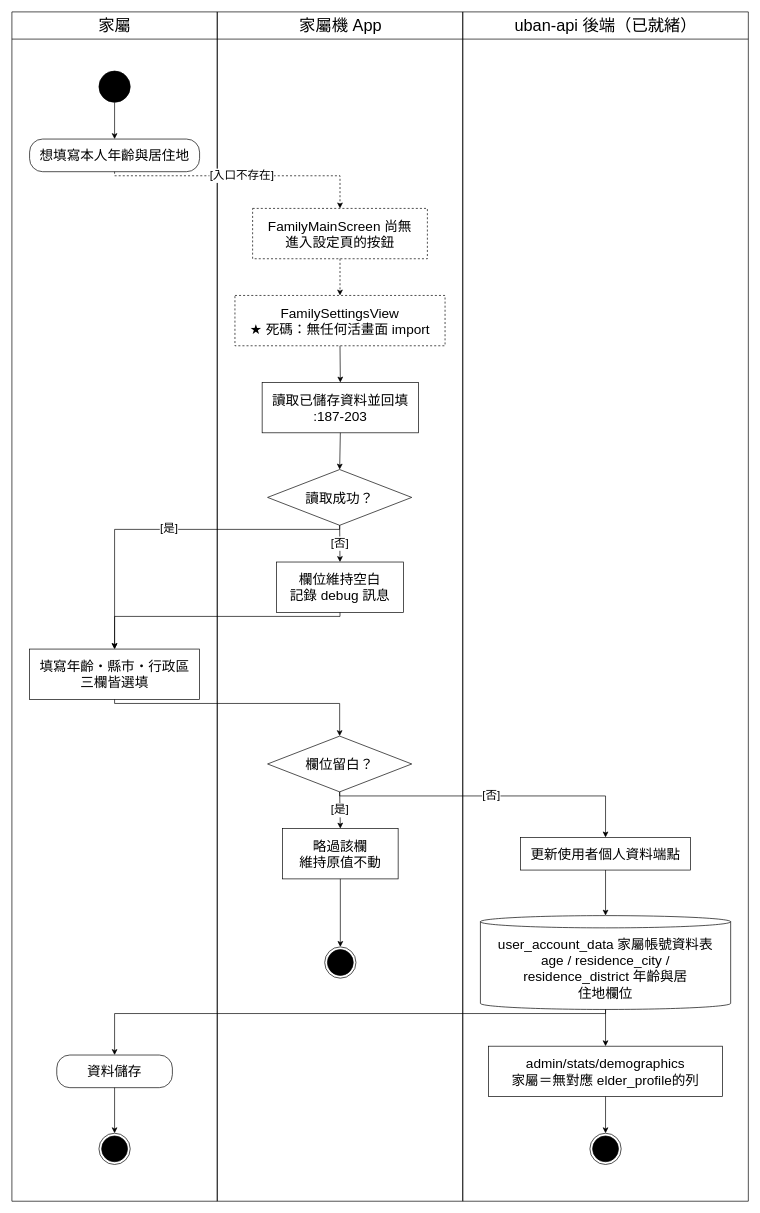
Above: Uban System Documents/drawio圖/A22-個人資料（家屬）.drawio in HuangYu-Kai/Uban (draw.io), before the change. Source tidied: cells renumbered, new cells numbered last; positions are measured from the earlier drawing's top-left corner, leaving out a move shared by most shapes. Both pictures are drawn from the tidied source at 68%, with x=0, y=0 at pixel (12, 12).
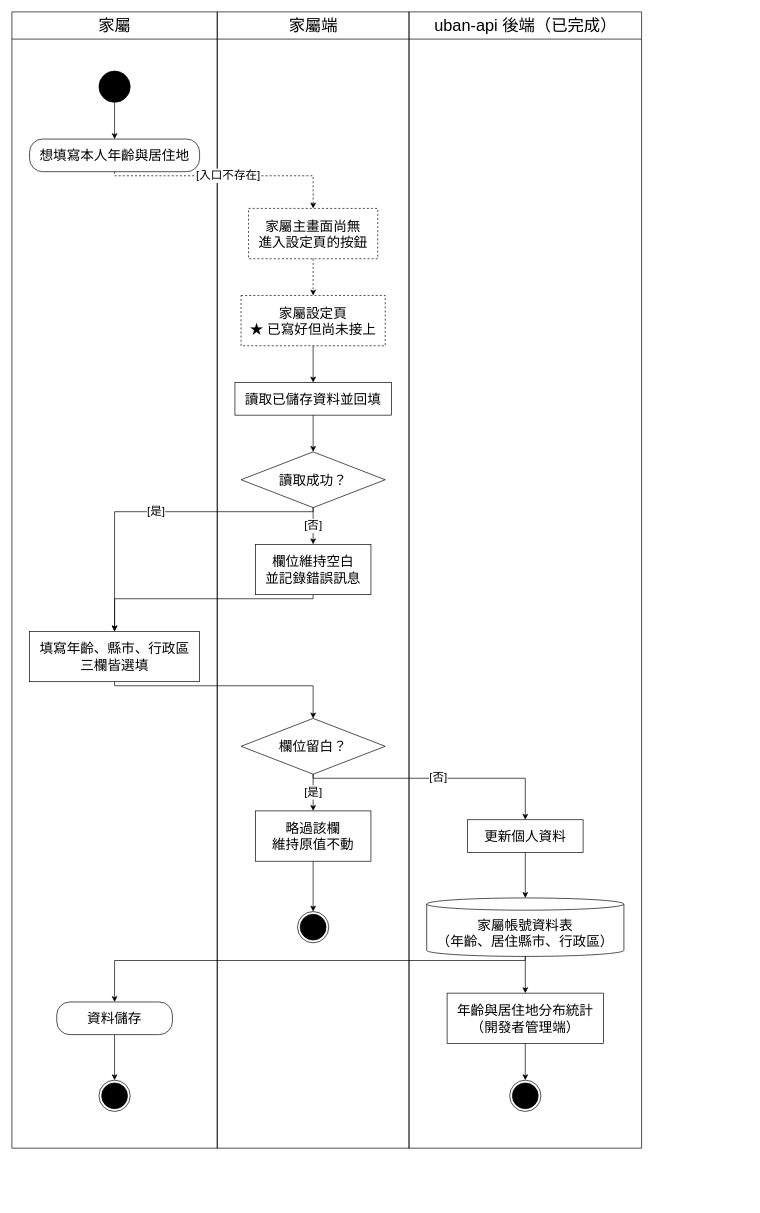
The same page after the edit.

Unchanged cells that the change refers to:
```xml
<mxCell id="6" value="想填寫本人年齡與居住地" style="rounded=1;arcSize=40;whiteSpace=wrap;html=1;fillColor=#FFFFFF;strokeColor=#000000;fontSize=20;fontColor=#000000;" parent="2" vertex="1">
  <mxGeometry x="26" y="187" width="250" height="48" as="geometry" />
</mxCell>
```

What changed in the source:
```diff
@@
     <mxCell id="2" value="家屬" style="swimlane;html=1;horizontal=1;startSize=40;fillColor=none;strokeColor=#000000;fontSize=24;fontColor=#000000;fontStyle=0;swimlaneFillColor=none;" parent="1" vertex="1">
-      <mxGeometry width="302" height="1749" as="geometry" />
+      <mxGeometry width="302" height="1671" as="geometry" />
     </mxCell>
-    <mxCell id="3" value="家屬機 App" style="swimlane;html=1;horizontal=1;startSize=40;fillColor=none;strokeColor=#000000;fontSize=24;fontColor=#000000;fontStyle=0;swimlaneFillColor=none;" parent="1" vertex="1">
-      <mxGeometry x="302" width="361" height="1749" as="geometry" />
+    <mxCell id="3" value="家屬端" style="swimlane;html=1;horizontal=1;startSize=40;fillColor=none;strokeColor=#000000;fontSize=24;fontColor=#000000;fontStyle=0;swimlaneFillColor=none;" parent="1" vertex="1">
+      <mxGeometry x="302" width="282" height="1671" as="geometry" />
     </mxCell>
-    <mxCell id="4" value="uban-api 後端（已就緒）" style="swimlane;html=1;horizontal=1;startSize=40;fillColor=none;strokeColor=#000000;fontSize=24;fontColor=#000000;fontStyle=0;swimlaneFillColor=none;" parent="1" vertex="1">
-      <mxGeometry x="663" width="420" height="1749" as="geometry" />
+    <mxCell id="4" value="uban-api 後端（已完成）" style="swimlane;html=1;horizontal=1;startSize=40;fillColor=none;strokeColor=#000000;fontSize=24;fontColor=#000000;fontStyle=0;swimlaneFillColor=none;" parent="1" vertex="1">
+      <mxGeometry x="584" width="342" height="1671" as="geometry" />
     </mxCell>
@@
-    <mxCell id="7" value="填寫年齡・縣市・行政區&lt;br&gt;三欄皆選填" style="rounded=0;whiteSpace=wrap;html=1;fillColor=#FFFFFF;strokeColor=#000000;fontSize=20;fontColor=#000000;" parent="2" vertex="1">
-      <mxGeometry x="26" y="937" width="250" height="74" as="geometry" />
+    <mxCell id="7" value="填寫年齡、縣市、行政區&lt;br&gt;三欄皆選填" style="rounded=0;whiteSpace=wrap;html=1;fillColor=#FFFFFF;strokeColor=#000000;fontSize=20;fontColor=#000000;" parent="2" vertex="1">
+      <mxGeometry x="26" y="911" width="250" height="74" as="geometry" />
     </mxCell>
     <mxCell id="8" value="資料儲存" style="rounded=1;arcSize=40;whiteSpace=wrap;html=1;fillColor=#FFFFFF;strokeColor=#000000;fontSize=20;fontColor=#000000;" parent="2" vertex="1">
-      <mxGeometry x="66" y="1534" width="170" height="48" as="geometry" />
+      <mxGeometry x="66" y="1456" width="170" height="48" as="geometry" />
     </mxCell>
     <mxCell id="9" style="ellipse;html=1;shape=endState;fillColor=#000000;strokeColor=#000000;" parent="2" vertex="1">
-      <mxGeometry x="128" y="1649" width="46" height="46" as="geometry" />
+      <mxGeometry x="128" y="1571" width="46" height="46" as="geometry" />
     </mxCell>
-    <mxCell id="10" value="FamilyMainScreen 尚無&lt;br&gt;進入設定頁的按鈕" style="rounded=0;whiteSpace=wrap;html=1;fillColor=#FFFFFF;strokeColor=#000000;fontSize=20;fontColor=#000000;dashed=1;" parent="3" vertex="1">
-      <mxGeometry x="52" y="289" width="257" height="74" as="geometry" />
+    <mxCell id="10" value="家屬主畫面尚無&lt;br&gt;進入設定頁的按鈕" style="rounded=0;whiteSpace=wrap;html=1;fillColor=#FFFFFF;strokeColor=#000000;fontSize=20;fontColor=#000000;dashed=1;" parent="3" vertex="1">
+      <mxGeometry x="46" y="289" width="190" height="74" as="geometry" />
     </mxCell>
-    <mxCell id="11" value="FamilySettingsView&lt;br&gt;★ 死碼：無任何活畫面 import" style="rounded=0;whiteSpace=wrap;html=1;fillColor=#FFFFFF;strokeColor=#000000;fontSize=20;fontColor=#000000;dashed=1;" parent="3" vertex="1">
-      <mxGeometry x="26" y="417" width="309" height="74" as="geometry" />
+    <mxCell id="11" value="家屬設定頁&lt;br&gt;★ 已寫好但尚未接上" style="rounded=0;whiteSpace=wrap;html=1;fillColor=#FFFFFF;strokeColor=#000000;fontSize=20;fontColor=#000000;dashed=1;" parent="3" vertex="1">
+      <mxGeometry x="35" y="417" width="212" height="74" as="geometry" />
     </mxCell>
-    <mxCell id="12" value="讀取已儲存資料並回填&lt;br&gt;:187-203" style="rounded=0;whiteSpace=wrap;html=1;fillColor=#FFFFFF;strokeColor=#000000;fontSize=20;fontColor=#000000;" parent="3" vertex="1">
-      <mxGeometry x="66" y="545" width="230" height="74" as="geometry" />
+    <mxCell id="12" value="讀取已儲存資料並回填" style="rounded=0;whiteSpace=wrap;html=1;fillColor=#FFFFFF;strokeColor=#000000;fontSize=20;fontColor=#000000;" parent="3" vertex="1">
+      <mxGeometry x="26" y="545" width="230" height="48" as="geometry" />
     </mxCell>
     <mxCell id="13" value="讀取成功？" style="rhombus;whiteSpace=wrap;html=1;fillColor=#FFFFFF;strokeColor=#000000;fontSize=20;fontColor=#000000;" parent="3" vertex="1">
-      <mxGeometry x="74" y="673" width="212" height="82" as="geometry" />
+      <mxGeometry x="35" y="647" width="212" height="82" as="geometry" />
     </mxCell>
-    <mxCell id="14" value="欄位維持空白&lt;br&gt;記錄 debug 訊息" style="rounded=0;whiteSpace=wrap;html=1;fillColor=#FFFFFF;strokeColor=#000000;fontSize=20;fontColor=#000000;" parent="3" vertex="1">
-      <mxGeometry x="87" y="809" width="187" height="74" as="geometry" />
+    <mxCell id="14" value="欄位維持空白&lt;br&gt;並記錄錯誤訊息" style="rounded=0;whiteSpace=wrap;html=1;fillColor=#FFFFFF;strokeColor=#000000;fontSize=20;fontColor=#000000;" parent="3" vertex="1">
+      <mxGeometry x="56" y="783" width="170" height="74" as="geometry" />
     </mxCell>
     <mxCell id="15" value="欄位留白？" style="rhombus;whiteSpace=wrap;html=1;fillColor=#FFFFFF;strokeColor=#000000;fontSize=20;fontColor=#000000;" parent="3" vertex="1">
-      <mxGeometry x="74" y="1065" width="212" height="82" as="geometry" />
+      <mxGeometry x="35" y="1039" width="212" height="82" as="geometry" />
     </mxCell>
     <mxCell id="16" value="略過該欄&lt;br&gt;維持原值不動" style="rounded=0;whiteSpace=wrap;html=1;fillColor=#FFFFFF;strokeColor=#000000;fontSize=20;fontColor=#000000;" parent="3" vertex="1">
-      <mxGeometry x="96" y="1201" width="170" height="74" as="geometry" />
+      <mxGeometry x="56" y="1175" width="170" height="74" as="geometry" />
     </mxCell>
     <mxCell id="17" style="ellipse;html=1;shape=endState;fillColor=#000000;strokeColor=#000000;" parent="3" vertex="1">
-      <mxGeometry x="158" y="1375" width="46" height="46" as="geometry" />
+      <mxGeometry x="118" y="1323" width="46" height="46" as="geometry" />
     </mxCell>
-    <mxCell id="18" value="更新使用者個人資料端點" style="rounded=0;whiteSpace=wrap;html=1;fillColor=#FFFFFF;strokeColor=#000000;fontSize=20;fontColor=#000000;" parent="4" vertex="1">
-      <mxGeometry x="85" y="1214" width="250" height="48" as="geometry" />
+    <mxCell id="18" value="更新個人資料" style="rounded=0;whiteSpace=wrap;html=1;fillColor=#FFFFFF;strokeColor=#000000;fontSize=20;fontColor=#000000;" parent="4" vertex="1">
+      <mxGeometry x="86" y="1188" width="170" height="48" as="geometry" />
     </mxCell>
-    <mxCell id="19" value="user_account_data 家屬帳號資料表&lt;br&gt;age / residence_city /&lt;br&gt;residence_district 年齡與居&lt;br&gt;住地欄位" style="shape=cylinder3;boundedLbl=1;backgroundOutline=1;size=9;whiteSpace=wrap;html=1;fillColor=#FFFFFF;strokeColor=#000000;fontSize=20;fontColor=#000000;" parent="4" vertex="1">
-      <mxGeometry x="26" y="1329" width="368" height="138" as="geometry" />
+    <mxCell id="19" value="家屬帳號資料表&lt;br&gt;（年齡、居住縣市、行政區）" style="shape=cylinder3;boundedLbl=1;backgroundOutline=1;size=9;whiteSpace=wrap;html=1;fillColor=#FFFFFF;strokeColor=#000000;fontSize=20;fontColor=#000000;" parent="4" vertex="1">
+      <mxGeometry x="26" y="1303" width="290" height="86" as="geometry" />
     </mxCell>
-    <mxCell id="20" value="admin/stats/demographics&lt;br&gt;家屬＝無對應 elder_profile的列" style="rounded=0;whiteSpace=wrap;html=1;fillColor=#FFFFFF;strokeColor=#000000;fontSize=20;fontColor=#000000;" parent="4" vertex="1">
-      <mxGeometry x="38" y="1521" width="344" height="74" as="geometry" />
+    <mxCell id="20" value="年齡與居住地分布統計&lt;br&gt;（開發者管理端）" style="rounded=0;whiteSpace=wrap;html=1;fillColor=#FFFFFF;strokeColor=#000000;fontSize=20;fontColor=#000000;" parent="4" vertex="1">
+      <mxGeometry x="56" y="1443" width="230" height="74" as="geometry" />
     </mxCell>
     <mxCell id="21" style="ellipse;html=1;shape=endState;fillColor=#000000;strokeColor=#000000;" parent="4" vertex="1">
-      <mxGeometry x="187" y="1649" width="46" height="46" as="geometry" />
+      <mxGeometry x="148" y="1571" width="46" height="46" as="geometry" />
     </mxCell>
@@
     <mxCell id="23" value="[入口不存在]" style="edgeStyle=none;rounded=0;html=1;strokeColor=#000000;fontSize=17;fontColor=#000000;labelBackgroundColor=#FFFFFF;endArrow=classic;endFill=1;exitPerimeter=0;entryPerimeter=0;dashed=1;exitX=0.5;exitY=1;exitDx=0;exitDy=0;entryX=0.5;entryY=0;entryDx=0;entryDy=0;" parent="1" edge="1" source="6" target="10">
       <mxGeometry relative="1" as="geometry">
         <Array as="points">
           <mxPoint x="151" y="241" />
-          <mxPoint x="482.5" y="241" />
+          <mxPoint x="443" y="241" />
         </Array>
       </mxGeometry>
     </mxCell>
@@
     <mxCell id="28" style="edgeStyle=none;rounded=0;html=1;strokeColor=#000000;fontSize=17;fontColor=#000000;labelBackgroundColor=#FFFFFF;endArrow=classic;endFill=1;exitPerimeter=0;entryPerimeter=0;exitX=0.5;exitY=1;exitDx=0;exitDy=0;entryX=0.5;entryY=0;entryDx=0;entryDy=0;" parent="1" edge="1" source="14" target="7">
       <mxGeometry relative="1" as="geometry">
         <Array as="points">
-          <mxPoint x="482.5" y="889" />
-          <mxPoint x="151" y="889" />
+          <mxPoint x="443" y="863" />
+          <mxPoint x="151" y="863" />
         </Array>
       </mxGeometry>
     </mxCell>
     <mxCell id="29" value="[是]" style="edgeStyle=none;rounded=0;html=1;strokeColor=#000000;fontSize=17;fontColor=#000000;labelBackgroundColor=#FFFFFF;endArrow=classic;endFill=1;exitPerimeter=0;entryPerimeter=0;exitX=0.5;exitY=1;exitDx=0;exitDy=0;entryX=0.5;entryY=0;entryDx=0;entryDy=0;" parent="1" edge="1" source="13" target="7">
       <mxGeometry relative="1" as="geometry">
         <Array as="points">
-          <mxPoint x="482" y="761" />
-          <mxPoint x="151" y="761" />
+          <mxPoint x="443" y="735" />
+          <mxPoint x="151" y="735" />
         </Array>
       </mxGeometry>
     </mxCell>
     <mxCell id="30" style="edgeStyle=none;rounded=0;html=1;strokeColor=#000000;fontSize=17;fontColor=#000000;labelBackgroundColor=#FFFFFF;endArrow=classic;endFill=1;exitPerimeter=0;entryPerimeter=0;exitX=0.5;exitY=1;exitDx=0;exitDy=0;entryX=0.5;entryY=0;entryDx=0;entryDy=0;" parent="1" edge="1" source="7" target="15">
       <mxGeometry relative="1" as="geometry">
         <Array as="points">
-          <mxPoint x="151" y="1017" />
-          <mxPoint x="482" y="1017" />
+          <mxPoint x="151" y="991" />
+          <mxPoint x="443" y="991" />
         </Array>
       </mxGeometry>
     </mxCell>
@@
     <mxCell id="32" value="[否]" style="edgeStyle=none;rounded=0;html=1;strokeColor=#000000;fontSize=17;fontColor=#000000;labelBackgroundColor=#FFFFFF;endArrow=classic;endFill=1;exitPerimeter=0;entryPerimeter=0;exitX=0.5;exitY=1;exitDx=0;exitDy=0;entryX=0.5;entryY=0;entryDx=0;entryDy=0;" parent="1" edge="1" source="15" target="18">
       <mxGeometry relative="1" as="geometry">
         <Array as="points">
-          <mxPoint x="482" y="1153" />
-          <mxPoint x="873" y="1153" />
+          <mxPoint x="443" y="1127" />
+          <mxPoint x="755" y="1127" />
         </Array>
       </mxGeometry>
     </mxCell>
@@
     <mxCell id="34" style="edgeStyle=none;rounded=0;html=1;strokeColor=#000000;fontSize=17;fontColor=#000000;labelBackgroundColor=#FFFFFF;endArrow=classic;endFill=1;exitPerimeter=0;entryPerimeter=0;exitX=0.5;exitY=1;exitDx=0;exitDy=0;entryX=0.5;entryY=0;entryDx=0;entryDy=0;" parent="1" edge="1" source="19" target="8">
       <mxGeometry relative="1" as="geometry">
         <Array as="points">
-          <mxPoint x="873" y="1473" />
-          <mxPoint x="151" y="1473" />
+          <mxPoint x="755" y="1395" />
+          <mxPoint x="151" y="1395" />
         </Array>
       </mxGeometry>
     </mxCell>
```
